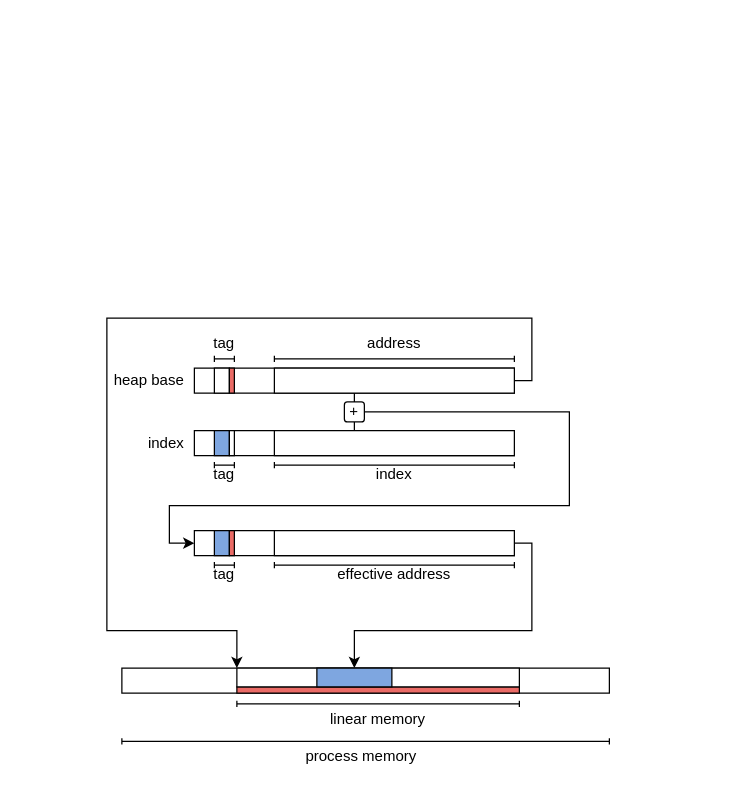
Before: figures/sources/bounds-mem-safety.drawio in martin-fink/msc-thesis, a draw.io diagram. Source tidied: cells renumbered, new cells numbered last; positions are measured from the earlier drawing's top-left corner, leaving out a move shared by most shapes. Both pictures are drawn from the tidied source at 125%, with x=0, y=0 at pixel (106, 318).
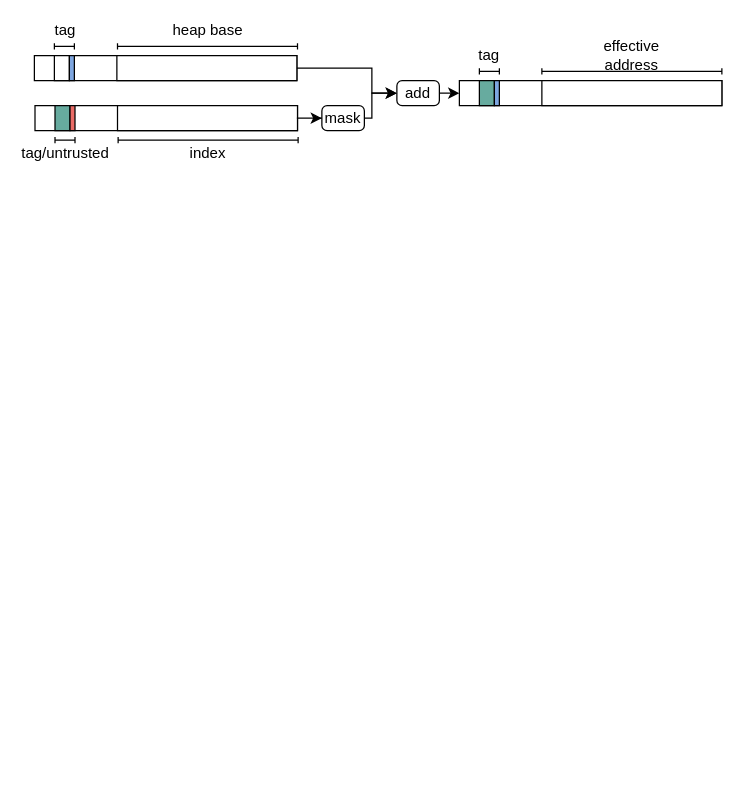
The same diagram, later.

What changed in the source:
```diff
@@
-    <mxCell id="2" style="edgeStyle=orthogonalEdgeStyle;rounded=0;jettySize=auto;html=1;entryX=0;entryY=0;entryDx=0;entryDy=0;" parent="1" edge="1" source="3" target="39">
-      <mxGeometry relative="1" as="geometry">
-        <Array as="points">
-          <mxPoint x="340" y="50" />
-          <mxPoint x="340" />
-          <mxPoint />
-          <mxPoint y="250" />
-          <mxPoint x="104" y="250" />
-        </Array>
-      </mxGeometry>
-    </mxCell>
-    <mxCell id="3" style="rounded=0;whiteSpace=wrap;html=1;" parent="1" vertex="1">
-      <mxGeometry x="70" y="40" width="256" height="20" as="geometry" />
-    </mxCell>
+    <mxCell id="42" style="rounded=0;whiteSpace=wrap;html=1;" parent="1" vertex="1">
+      <mxGeometry x="-58" y="-210" width="210" height="20" as="geometry" />
+    </mxCell>
+    <mxCell id="43" style="rounded=0;whiteSpace=wrap;html=1;" parent="1" vertex="1">
+      <mxGeometry x="-42" y="-210" width="12" height="20" as="geometry" />
+    </mxCell>
+    <mxCell id="44" style="rounded=0;whiteSpace=wrap;html=1;fillColor=#7EA6E0;strokeColor=#000000;fillStyle=solid;" parent="1" vertex="1">
+      <mxGeometry x="-30" y="-210" width="4" height="20" as="geometry" />
+    </mxCell>
+    <mxCell id="45" style="shape=crossbar;whiteSpace=wrap;html=1;rounded=1;" parent="1" vertex="1">
+      <mxGeometry x="8.5" y="-220" width="144" height="5" as="geometry" />
+    </mxCell>
+    <mxCell id="46" style="shape=crossbar;whiteSpace=wrap;html=1;rounded=1;" parent="1" vertex="1">
+      <mxGeometry x="-42" y="-220" width="16" height="5" as="geometry" />
+    </mxCell>
+    <mxCell id="47" style="rounded=0;whiteSpace=wrap;html=1;" parent="1" vertex="1">
+      <mxGeometry x="-57.5" y="-170" width="210" height="20" as="geometry" />
+    </mxCell>
+    <mxCell id="48" style="shape=crossbar;whiteSpace=wrap;html=1;rounded=1;" parent="1" vertex="1">
+      <mxGeometry x="9" y="-145" width="144" height="5" as="geometry" />
+    </mxCell>
+    <mxCell id="49" style="shape=crossbar;whiteSpace=wrap;html=1;rounded=1;" parent="1" vertex="1">
+      <mxGeometry x="-41.5" y="-145" width="16" height="5" as="geometry" />
+    </mxCell>
-    <mxCell id="4" value="heap base" style="text;html=1;strokeColor=none;fillColor=none;align=right;verticalAlign=middle;whiteSpace=wrap;rounded=0;fontFamily=Latin Modern;" parent="1" vertex="1">
-      <mxGeometry x="4" y="35" width="60" height="30" as="geometry" />
+    <mxCell id="4" value="heap base" style="text;html=1;strokeColor=none;fillColor=none;align=center;verticalAlign=middle;whiteSpace=wrap;rounded=0;fontFamily=Latin Modern;" parent="1" vertex="1">
+      <mxGeometry x="51" y="-237.5" width="60" height="15" as="geometry" />
     </mxCell>
-    <mxCell id="5" style="rounded=0;whiteSpace=wrap;html=1;" parent="1" vertex="1">
-      <mxGeometry x="86" y="40" width="12" height="20" as="geometry" />
-    </mxCell>
-    <mxCell id="6" style="rounded=0;whiteSpace=wrap;html=1;fillColor=#EA6B66;strokeColor=#000000;fillStyle=solid;" parent="1" vertex="1">
-      <mxGeometry x="98" y="40" width="4" height="20" as="geometry" />
-    </mxCell>
-    <mxCell id="7" style="rounded=0;whiteSpace=wrap;html=1;" parent="1" vertex="1">
-      <mxGeometry x="134" y="40" width="192" height="20" as="geometry" />
-    </mxCell>
-    <mxCell id="8" style="shape=crossbar;whiteSpace=wrap;html=1;rounded=1;" parent="1" vertex="1">
-      <mxGeometry x="134" y="30" width="192" height="5" as="geometry" />
-    </mxCell>
-    <mxCell id="9" style="shape=crossbar;whiteSpace=wrap;html=1;rounded=1;" parent="1" vertex="1">
-      <mxGeometry x="86" y="30" width="16" height="5" as="geometry" />
-    </mxCell>
-    <mxCell id="10" value="address" style="text;html=1;strokeColor=none;fillColor=none;align=center;verticalAlign=middle;whiteSpace=wrap;rounded=0;fontFamily=Latin Modern;" parent="1" vertex="1">
-      <mxGeometry x="200" y="5" width="60" height="30" as="geometry" />
-    </mxCell>
-    <mxCell id="11" value="tag" style="text;html=1;strokeColor=none;fillColor=none;align=center;verticalAlign=middle;whiteSpace=wrap;rounded=0;fontFamily=Latin Modern;" parent="1" vertex="1">
-      <mxGeometry x="64" y="5" width="60" height="30" as="geometry" />
-    </mxCell>
-    <mxCell id="12" style="rounded=0;whiteSpace=wrap;html=1;" parent="1" vertex="1">
-      <mxGeometry x="70" y="90" width="256" height="20" as="geometry" />
-    </mxCell>
-    <mxCell id="13" value="index" style="text;html=1;strokeColor=none;fillColor=none;align=right;verticalAlign=middle;whiteSpace=wrap;rounded=0;fontFamily=Latin Modern;" parent="1" vertex="1">
-      <mxGeometry x="4" y="85" width="60" height="30" as="geometry" />
-    </mxCell>
-    <mxCell id="14" style="rounded=0;whiteSpace=wrap;html=1;fillColor=#7EA6E0;strokeColor=#000000;fillStyle=solid;" parent="1" vertex="1">
-      <mxGeometry x="86" y="90" width="12" height="20" as="geometry" />
-    </mxCell>
-    <mxCell id="15" style="rounded=0;whiteSpace=wrap;html=1;" parent="1" vertex="1">
-      <mxGeometry x="98" y="90" width="4" height="20" as="geometry" />
-    </mxCell>
-    <mxCell id="16" style="rounded=0;whiteSpace=wrap;html=1;" parent="1" vertex="1">
-      <mxGeometry x="134" y="90" width="192" height="20" as="geometry" />
-    </mxCell>
-    <mxCell id="17" style="shape=crossbar;whiteSpace=wrap;html=1;rounded=1;" parent="1" vertex="1">
-      <mxGeometry x="134" y="115" width="192" height="5" as="geometry" />
-    </mxCell>
-    <mxCell id="18" style="shape=crossbar;whiteSpace=wrap;html=1;rounded=1;" parent="1" vertex="1">
-      <mxGeometry x="86" y="115" width="16" height="5" as="geometry" />
-    </mxCell>
     <mxCell id="19" value="index" style="text;html=1;strokeColor=none;fillColor=none;align=center;verticalAlign=middle;whiteSpace=wrap;rounded=0;fontFamily=Latin Modern;" parent="1" vertex="1">
-      <mxGeometry x="200" y="110" width="60" height="30" as="geometry" />
+      <mxGeometry x="51" y="-140" width="60" height="15" as="geometry" />
     </mxCell>
-    <mxCell id="20" value="tag" style="text;html=1;strokeColor=none;fillColor=none;align=center;verticalAlign=middle;whiteSpace=wrap;rounded=0;fontFamily=Latin Modern;" parent="1" vertex="1">
-      <mxGeometry x="64" y="110" width="60" height="30" as="geometry" />
-    </mxCell>
-    <mxCell id="21" style="edgeStyle=orthogonalEdgeStyle;rounded=0;jettySize=auto;html=1;" parent="1" edge="1" source="22" target="40">
-      <mxGeometry relative="1" as="geometry">
-        <Array as="points">
-          <mxPoint x="340" y="180" />
-          <mxPoint x="340" y="250" />
-          <mxPoint x="198" y="250" />
-        </Array>
-      </mxGeometry>
-    </mxCell>
-    <mxCell id="22" style="rounded=0;whiteSpace=wrap;html=1;" parent="1" vertex="1">
-      <mxGeometry x="70" y="170" width="256" height="20" as="geometry" />
-    </mxCell>
-    <mxCell id="23" style="rounded=0;whiteSpace=wrap;html=1;fillColor=#7EA6E0;strokeColor=#000000;fillStyle=solid;" parent="1" vertex="1">
-      <mxGeometry x="86" y="170" width="12" height="20" as="geometry" />
-    </mxCell>
-    <mxCell id="24" style="rounded=0;whiteSpace=wrap;html=1;" parent="1" vertex="1">
-      <mxGeometry x="134" y="170" width="192" height="20" as="geometry" />
-    </mxCell>
-    <mxCell id="25" style="shape=crossbar;whiteSpace=wrap;html=1;rounded=1;" parent="1" vertex="1">
-      <mxGeometry x="134" y="195" width="192" height="5" as="geometry" />
-    </mxCell>
-    <mxCell id="26" style="shape=crossbar;whiteSpace=wrap;html=1;rounded=1;" parent="1" vertex="1">
-      <mxGeometry x="86" y="195" width="16" height="5" as="geometry" />
-    </mxCell>
+    <mxCell id="50" style="edgeStyle=orthogonalEdgeStyle;rounded=0;jettySize=auto;html=1;" parent="1" edge="1" target="51">
+      <mxGeometry relative="1" as="geometry">
+        <mxPoint x="266" y="-180" as="sourcePoint" />
+        <Array as="points">
+          <mxPoint x="292" y="-180" />
+          <mxPoint x="292" y="-180" />
+        </Array>
+      </mxGeometry>
+    </mxCell>
+    <mxCell id="51" style="rounded=0;whiteSpace=wrap;html=1;" parent="1" vertex="1">
+      <mxGeometry x="282" y="-190" width="210" height="20" as="geometry" />
+    </mxCell>
+    <mxCell id="52" style="rounded=0;whiteSpace=wrap;html=1;fillColor=#67AB9F;" parent="1" vertex="1">
+      <mxGeometry x="298" y="-190" width="12" height="20" as="geometry" />
+    </mxCell>
+    <mxCell id="53" style="rounded=0;whiteSpace=wrap;html=1;fillColor=#7EA6E0;strokeColor=#000000;fillStyle=solid;" parent="1" vertex="1">
+      <mxGeometry x="310" y="-190" width="4" height="20" as="geometry" />
+    </mxCell>
+    <mxCell id="54" style="rounded=0;whiteSpace=wrap;html=1;" parent="1" vertex="1">
+      <mxGeometry x="348" y="-190" width="144" height="20" as="geometry" />
+    </mxCell>
+    <mxCell id="55" style="shape=crossbar;whiteSpace=wrap;html=1;rounded=1;" parent="1" vertex="1">
+      <mxGeometry x="348" y="-200" width="144" height="5" as="geometry" />
+    </mxCell>
+    <mxCell id="56" style="shape=crossbar;whiteSpace=wrap;html=1;rounded=1;" parent="1" vertex="1">
+      <mxGeometry x="298" y="-200" width="16" height="5" as="geometry" />
+    </mxCell>
+    <mxCell id="57" value="tag" style="text;html=1;strokeColor=none;fillColor=none;align=center;verticalAlign=middle;whiteSpace=wrap;rounded=0;fontFamily=Latin Modern;" parent="1" vertex="1">
+      <mxGeometry x="291" y="-220" width="30" height="20" as="geometry" />
+    </mxCell>
     <mxCell id="27" value="effective address" style="text;html=1;strokeColor=none;fillColor=none;align=center;verticalAlign=middle;whiteSpace=wrap;rounded=0;fontFamily=Latin Modern;" parent="1" vertex="1">
-      <mxGeometry x="178" y="190" width="104" height="30" as="geometry" />
+      <mxGeometry x="376" y="-217.5" width="88" height="15" as="geometry" />
     </mxCell>
-    <mxCell id="28" value="tag" style="text;html=1;strokeColor=none;fillColor=none;align=center;verticalAlign=middle;whiteSpace=wrap;rounded=0;fontFamily=Latin Modern;" parent="1" vertex="1">
-      <mxGeometry x="64" y="190" width="60" height="30" as="geometry" />
-    </mxCell>
-    <mxCell id="29" style="rounded=0;whiteSpace=wrap;html=1;fillColor=#EA6B66;strokeColor=#000000;fillStyle=solid;" parent="1" vertex="1">
-      <mxGeometry x="98" y="170" width="4" height="20" as="geometry" />
-    </mxCell>
-    <mxCell id="30" style="edgeStyle=orthogonalEdgeStyle;rounded=0;jettySize=auto;html=1;entryX=0;entryY=0.5;entryDx=0;entryDy=0;" parent="1" edge="1" source="33" target="22">
-      <mxGeometry relative="1" as="geometry">
-        <Array as="points">
-          <mxPoint x="370" y="75" />
-          <mxPoint x="370" y="150" />
-          <mxPoint x="50" y="150" />
-          <mxPoint x="50" y="180" />
-        </Array>
-      </mxGeometry>
-    </mxCell>
-    <mxCell id="31" style="edgeStyle=orthogonalEdgeStyle;rounded=0;jettySize=auto;html=1;exitX=0.5;exitY=1;exitDx=0;exitDy=0;entryX=0.5;entryY=0;entryDx=0;entryDy=0;endArrow=none;endFill=0;" parent="1" edge="1" source="33" target="12">
-      <mxGeometry relative="1" as="geometry" />
-    </mxCell>
-    <mxCell id="32" style="edgeStyle=orthogonalEdgeStyle;rounded=0;jettySize=auto;html=1;exitX=0.5;exitY=0;exitDx=0;exitDy=0;entryX=0.5;entryY=1;entryDx=0;entryDy=0;endArrow=none;endFill=0;" parent="1" edge="1" source="33" target="3">
-      <mxGeometry relative="1" as="geometry" />
-    </mxCell>
-    <mxCell id="33" value="+" style="rounded=1;whiteSpace=wrap;html=1;verticalAlign=middle;" parent="1" vertex="1">
-      <mxGeometry x="190" y="67" width="16" height="16" as="geometry" />
-    </mxCell>
-    <mxCell id="34" style="rounded=0;whiteSpace=wrap;html=1;" parent="1" vertex="1">
-      <mxGeometry x="12" y="280" width="390" height="20" as="geometry" />
-    </mxCell>
-    <mxCell id="35" value="process memory" style="text;html=1;strokeColor=none;fillColor=none;align=right;verticalAlign=middle;whiteSpace=wrap;rounded=0;fontFamily=Latin Modern;" parent="1" vertex="1">
-      <mxGeometry x="146" y="336" width="104" height="30" as="geometry" />
-    </mxCell>
-    <mxCell id="36" style="rounded=0;whiteSpace=wrap;html=1;fillColor=#EA6B66;" parent="1" vertex="1">
-      <mxGeometry x="104" y="295" width="226" height="5" as="geometry" />
-    </mxCell>
-    <mxCell id="37" style="shape=crossbar;whiteSpace=wrap;html=1;rounded=1;" parent="1" vertex="1">
-      <mxGeometry x="104" y="306" width="226" height="5" as="geometry" />
-    </mxCell>
-    <mxCell id="38" value="linear memory" style="text;html=1;strokeColor=none;fillColor=none;align=center;verticalAlign=middle;whiteSpace=wrap;rounded=0;fontFamily=Latin Modern;" parent="1" vertex="1">
-      <mxGeometry x="165" y="306" width="104" height="30" as="geometry" />
-    </mxCell>
-    <mxCell id="39" style="rounded=0;whiteSpace=wrap;html=1;" parent="1" vertex="1">
-      <mxGeometry x="104" y="280" width="226" height="15" as="geometry" />
-    </mxCell>
-    <mxCell id="40" style="rounded=0;whiteSpace=wrap;html=1;fillColor=#7EA6E0;" parent="1" vertex="1">
-      <mxGeometry x="168" y="280" width="60" height="15" as="geometry" />
-    </mxCell>
-    <mxCell id="41" style="shape=crossbar;whiteSpace=wrap;html=1;rounded=1;" parent="1" vertex="1">
-      <mxGeometry x="12" y="336" width="390" height="5" as="geometry" />
-    </mxCell>
+    <mxCell id="58" style="rounded=0;whiteSpace=wrap;html=1;" parent="1" vertex="1">
+      <mxGeometry x="8.5" y="-170" width="144" height="20" as="geometry" />
+    </mxCell>
+    <mxCell id="59" style="rounded=0;whiteSpace=wrap;html=1;" parent="1" vertex="1">
+      <mxGeometry x="8" y="-210" width="144" height="20" as="geometry" />
+    </mxCell>
+    <mxCell id="60" value="tag/untrusted" style="text;html=1;strokeColor=none;fillColor=none;align=center;verticalAlign=middle;whiteSpace=wrap;rounded=0;fontFamily=Latin Modern;" parent="1" vertex="1">
+      <mxGeometry x="-63.5" y="-140" width="60" height="15" as="geometry" />
+    </mxCell>
+    <mxCell id="61" value="tag" style="text;html=1;strokeColor=none;fillColor=none;align=center;verticalAlign=middle;whiteSpace=wrap;rounded=0;fontFamily=Latin Modern;" parent="1" vertex="1">
+      <mxGeometry x="-63.5" y="-237.5" width="60" height="15" as="geometry" />
+    </mxCell>
+    <mxCell id="62" style="rounded=0;whiteSpace=wrap;html=1;fillColor=#67AB9F;" parent="1" vertex="1">
+      <mxGeometry x="-41.5" y="-170" width="12" height="20" as="geometry" />
+    </mxCell>
+    <mxCell id="63" style="rounded=0;whiteSpace=wrap;html=1;fillColor=#EA6B66;strokeColor=#000000;fillStyle=solid;" parent="1" vertex="1">
+      <mxGeometry x="-29.5" y="-170" width="4" height="20" as="geometry" />
+    </mxCell>
+    <mxCell id="64" style="edgeStyle=orthogonalEdgeStyle;rounded=0;jettySize=auto;html=1;" parent="1" edge="1" source="58" target="66">
+      <mxGeometry relative="1" as="geometry" />
+    </mxCell>
+    <mxCell id="65" style="edgeStyle=orthogonalEdgeStyle;rounded=0;jettySize=auto;html=1;" parent="1" edge="1" source="66" target="67">
+      <mxGeometry relative="1" as="geometry">
+        <Array as="points">
+          <mxPoint x="212" y="-160" />
+          <mxPoint x="212" y="-180" />
+        </Array>
+      </mxGeometry>
+    </mxCell>
+    <mxCell id="66" value="mask" style="rounded=1;whiteSpace=wrap;html=1;arcSize=21;fontFamily=Computer Modern;" parent="1" vertex="1">
+      <mxGeometry x="172" y="-170" width="34" height="20" as="geometry" />
+    </mxCell>
+    <mxCell id="67" value="add" style="rounded=1;whiteSpace=wrap;html=1;arcSize=21;fontFamily=Computer Modern;" parent="1" vertex="1">
+      <mxGeometry x="232" y="-190" width="34" height="20" as="geometry" />
+    </mxCell>
+    <mxCell id="68" style="edgeStyle=orthogonalEdgeStyle;rounded=0;jettySize=auto;html=1;" parent="1" edge="1" source="59" target="67">
+      <mxGeometry relative="1" as="geometry">
+        <Array as="points">
+          <mxPoint x="212" y="-200" />
+          <mxPoint x="212" y="-180" />
+        </Array>
+      </mxGeometry>
+    </mxCell>
```
